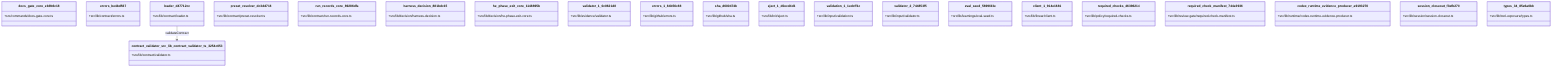
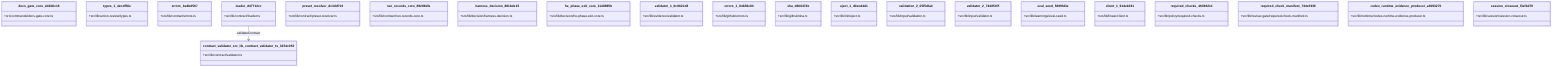
classDiagram
  class docs_gate_core_eb9b6c18 {
    +src/commands/docs-gate-core.ts
+   }
+   class types_1_4ecdf56e {
+     +src/lib/action-review/types.ts
  }
  class errors_be4bd567 {
    +src/lib/contract/errors.ts
  }
  class loader_d47712cc {
    +src/lib/contract/loader.ts
  }
  class preset_resolver_dc3dd716 {
    +src/lib/contract/preset-resolver.ts
  }
  class run_records_core_89286dfa {
    +src/lib/contract/run-records-core.ts
  }
  class harness_decision_881bdc15 {
    +src/lib/decision/harness-decision.ts
  }
  class he_phase_exit_core_1148895b {
    +src/lib/decision/he-phase-exit-core.ts
  }
  class validator_1_0c0621d8 {
    +src/lib/evidence/validator.ts
  }
  class errors_1_84b56c88 {
    +src/lib/github/errors.ts
  }
  class sha_d600474b {
    +src/lib/github/sha.ts
  }
  class eject_1_d0ecd4d1 {
    +src/lib/init/eject.ts
  }
-   class validation_1_1edcff1c {
+   class validation_2_05f5dfa0 {
    +src/lib/input/validation.ts
  }
  class validator_2_744853f5 {
    +src/lib/input/validator.ts
  }
  class eval_seed_5699fd3e {
    +src/lib/learnings/eval-seed.ts
  }
  class client_1_914e1681 {
    +src/lib/linear/client.ts
  }
  class required_checks_46396214 {
    +src/lib/policy/required-checks.ts
  }
  class required_check_manifest_744e3936 {
    +src/lib/review-gate/required-check-manifest.ts
  }
  class codex_runtime_evidence_producer_a9193270 {
    +src/lib/runtime/codex-runtime-evidence-producer.ts
  }
  class session_closeout_f3efb270 {
    +src/lib/session/session-closeout.ts
  }
-   class types_34_85e6a0bb {
-     +src/lib/tool-exposure/types.ts
-   }
  class contract_validator_src_lib_contract_validator_ts_3254c053 {
    +src/lib/contract/validator.ts
  }
  loader_d47712cc --> contract_validator_src_lib_contract_validator_ts_3254c053 : validateContract
